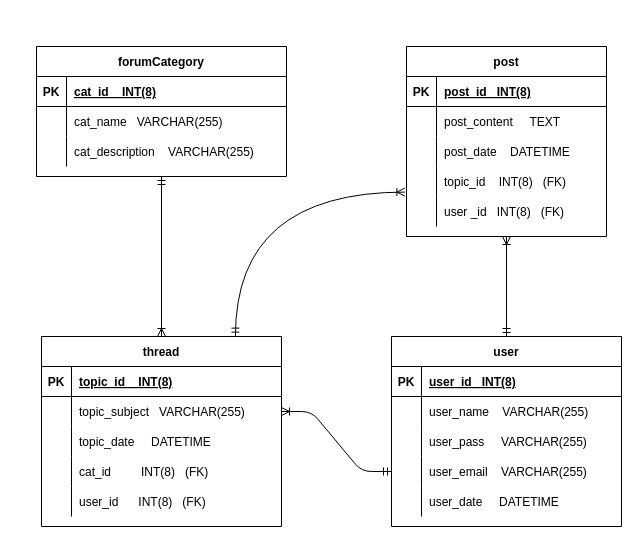
The draw.io diagram RelationalSchema_OnlineForum.drawio in 90rimane/Forum_Simulator, before the edit. Source tidied: cells renumbered, new cells numbered last; positions are measured from the earlier drawing's top-left corner, leaving out a move shared by most shapes. Both pictures are drawn from the tidied source at 100%, with x=0, y=0 at pixel (36, 46).
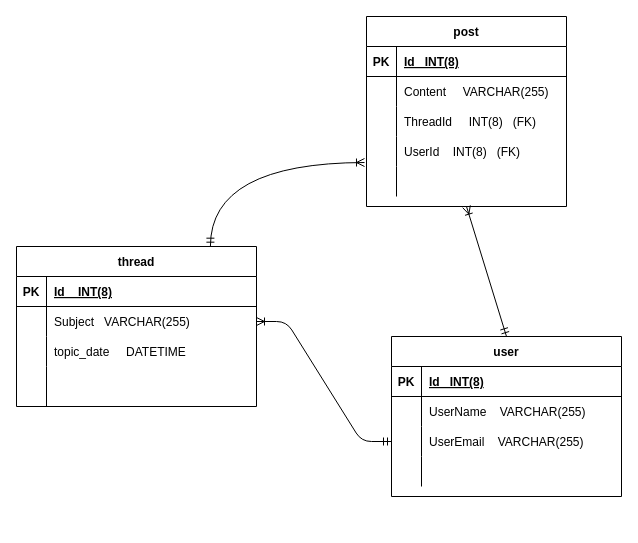
Above is the later version.

Unchanged cells that the change refers to:
```xml
<mxCell id="13" style="shape=partialRectangle;fillColor=none;top=0;left=0;bottom=1;right=0;" parent="12" vertex="1">
  <mxGeometry y="30" width="230" height="30" as="geometry" />
</mxCell>
<mxCell id="16" style="shape=partialRectangle;fillColor=none;top=0;left=0;bottom=0;right=0;" parent="12" vertex="1">
  <mxGeometry y="60" width="230" height="30" as="geometry" />
</mxCell>
<mxCell id="29" style="shape=partialRectangle;fillColor=none;top=0;left=0;bottom=1;right=0;" parent="28" vertex="1">
  <mxGeometry y="30" width="200" height="30" as="geometry" />
</mxCell>
<mxCell id="38" style="shape=partialRectangle;fillColor=none;top=0;left=0;bottom=0;right=0;points=[[0,0.5],[1,0.5]];portConstraint=eastwest;" parent="28" vertex="1">
  <mxGeometry y="120" width="200" height="30" as="geometry" />
</mxCell>
<mxCell id="41" style="shape=partialRectangle;fillColor=none;top=0;left=0;bottom=0;right=0;" parent="28" vertex="1">
  <mxGeometry y="150" width="200" height="30" as="geometry" />
</mxCell>
<mxCell id="45" style="shape=partialRectangle;fillColor=none;top=0;left=0;bottom=1;right=0;" parent="44" vertex="1">
  <mxGeometry y="30" width="240" height="30" as="geometry" />
</mxCell>
<mxCell id="48" style="shape=partialRectangle;fillColor=none;top=0;left=0;bottom=0;right=0;points=[[0,0.5],[1,0.5]];portConstraint=eastwest;" parent="44" vertex="1">
  <mxGeometry y="60" width="240" height="30" as="geometry" />
</mxCell>
```

The edit, as a diff of the source:
```diff
@@
-    <mxCell id="2" value="forumCategory" style="shape=table;startSize=30;childLayout=tableLayout;rowLines=0;fontStyle=1;align=center;" parent="1" vertex="1">
-      <mxGeometry width="250" height="130" as="geometry" />
-    </mxCell>
-    <mxCell id="3" style="shape=partialRectangle;fillColor=none;top=0;left=0;bottom=1;right=0;" parent="2" vertex="1">
-      <mxGeometry y="30" width="250" height="30" as="geometry" />
-    </mxCell>
-    <mxCell id="4" value="PK" style="shape=partialRectangle;fillColor=none;top=0;left=0;bottom=0;right=0;fontStyle=1;overflow=hidden;" parent="3" vertex="1">
-      <mxGeometry width="30" height="30" as="geometry" />
-    </mxCell>
-    <mxCell id="5" value="cat_id    INT(8)" style="shape=partialRectangle;fillColor=none;top=0;left=0;bottom=0;right=0;align=left;spacingLeft=6;fontStyle=5;overflow=hidden;" parent="3" vertex="1">
-      <mxGeometry x="30" width="220" height="30" as="geometry" />
-    </mxCell>
-    <mxCell id="6" style="shape=partialRectangle;fillColor=none;top=0;left=0;bottom=0;right=0;" parent="2" vertex="1">
-      <mxGeometry y="60" width="250" height="30" as="geometry" />
-    </mxCell>
-    <mxCell id="7" style="shape=partialRectangle;fillColor=none;top=0;left=0;bottom=0;right=0;overflow=hidden;" parent="6" vertex="1">
-      <mxGeometry width="30" height="30" as="geometry" />
-    </mxCell>
-    <mxCell id="8" value="cat_name   VARCHAR(255)" style="shape=partialRectangle;fillColor=none;top=0;left=0;bottom=0;right=0;align=left;spacingLeft=6;overflow=hidden;" parent="6" vertex="1">
-      <mxGeometry x="30" width="220" height="30" as="geometry" />
-    </mxCell>
-    <mxCell id="9" style="shape=partialRectangle;fillColor=none;top=0;left=0;bottom=0;right=0;" parent="2" vertex="1">
-      <mxGeometry y="90" width="250" height="30" as="geometry" />
-    </mxCell>
-    <mxCell id="10" style="shape=partialRectangle;fillColor=none;top=0;left=0;bottom=0;right=0;overflow=hidden;" parent="9" vertex="1">
-      <mxGeometry width="30" height="30" as="geometry" />
-    </mxCell>
-    <mxCell id="11" value="cat_description    VARCHAR(255)" style="shape=partialRectangle;fillColor=none;top=0;left=0;bottom=0;right=0;align=left;spacingLeft=6;overflow=hidden;" parent="9" vertex="1">
-      <mxGeometry x="30" width="220" height="30" as="geometry" />
-    </mxCell>
     <mxCell id="12" value="user" style="shape=table;startSize=30;childLayout=tableLayout;rowLines=0;fontStyle=1;align=center;" parent="1" vertex="1">
-      <mxGeometry x="355" y="290" width="230" height="190" as="geometry" />
+      <mxGeometry x="355" y="290" width="230" height="160" as="geometry" />
     </mxCell>
@@
-    <mxCell id="15" value="user_id   INT(8)" style="shape=partialRectangle;fillColor=none;top=0;left=0;bottom=0;right=0;align=left;spacingLeft=6;fontStyle=5;overflow=hidden;" parent="13" vertex="1">
+    <mxCell id="15" value="Id   INT(8)" style="shape=partialRectangle;fillColor=none;top=0;left=0;bottom=0;right=0;align=left;spacingLeft=6;fontStyle=5;overflow=hidden;" parent="13" vertex="1">
       <mxGeometry x="30" width="200" height="30" as="geometry" />
     </mxCell>
@@
-    <mxCell id="18" value="user_name    VARCHAR(255)" style="shape=partialRectangle;fillColor=none;top=0;left=0;bottom=0;right=0;align=left;spacingLeft=6;overflow=hidden;" parent="16" vertex="1">
+    <mxCell id="18" value="UserName    VARCHAR(255)" style="shape=partialRectangle;fillColor=none;top=0;left=0;bottom=0;right=0;align=left;spacingLeft=6;overflow=hidden;" parent="16" vertex="1">
       <mxGeometry x="30" width="200" height="30" as="geometry" />
     </mxCell>
-    <mxCell id="19" style="shape=partialRectangle;fillColor=none;top=0;left=0;bottom=0;right=0;" parent="12" vertex="1">
-      <mxGeometry y="90" width="230" height="30" as="geometry" />
-    </mxCell>
-    <mxCell id="20" style="shape=partialRectangle;fillColor=none;top=0;left=0;bottom=0;right=0;overflow=hidden;" parent="19" vertex="1">
-      <mxGeometry width="30" height="30" as="geometry" />
-    </mxCell>
-    <mxCell id="21" value="user_pass     VARCHAR(255)" style="shape=partialRectangle;fillColor=none;top=0;left=0;bottom=0;right=0;align=left;spacingLeft=6;overflow=hidden;" parent="19" vertex="1">
-      <mxGeometry x="30" width="200" height="30" as="geometry" />
-    </mxCell>
     <mxCell id="22" style="shape=partialRectangle;fillColor=none;top=0;left=0;bottom=0;right=0;points=[[0,0.5],[1,0.5]];portConstraint=eastwest;" parent="12" vertex="1">
-      <mxGeometry y="120" width="230" height="30" as="geometry" />
+      <mxGeometry y="90" width="230" height="30" as="geometry" />
     </mxCell>
@@
-    <mxCell id="24" value="user_email    VARCHAR(255)" style="shape=partialRectangle;fillColor=none;top=0;left=0;bottom=0;right=0;align=left;spacingLeft=6;overflow=hidden;" parent="22" vertex="1">
+    <mxCell id="24" value="UserEmail    VARCHAR(255)" style="shape=partialRectangle;fillColor=none;top=0;left=0;bottom=0;right=0;align=left;spacingLeft=6;overflow=hidden;" parent="22" vertex="1">
       <mxGeometry x="30" width="200" height="30" as="geometry" />
     </mxCell>
     <mxCell id="25" style="shape=partialRectangle;fillColor=none;top=0;left=0;bottom=0;right=0;" parent="12" vertex="1">
-      <mxGeometry y="150" width="230" height="30" as="geometry" />
+      <mxGeometry y="120" width="230" height="30" as="geometry" />
     </mxCell>
@@
-    <mxCell id="27" value="user_date     DATETIME" style="shape=partialRectangle;fillColor=none;top=0;left=0;bottom=0;right=0;align=left;spacingLeft=6;overflow=hidden;" parent="25" vertex="1">
+    <mxCell id="27" style="shape=partialRectangle;fillColor=none;top=0;left=0;bottom=0;right=0;align=left;spacingLeft=6;overflow=hidden;" parent="25" vertex="1">
       <mxGeometry x="30" width="200" height="30" as="geometry" />
     </mxCell>
     <mxCell id="28" value="post" style="shape=table;startSize=30;childLayout=tableLayout;rowLines=0;fontStyle=1;align=center;" parent="1" vertex="1">
-      <mxGeometry x="370" width="200" height="190" as="geometry" />
+      <mxGeometry x="330" y="-30" width="200" height="190" as="geometry" />
     </mxCell>
@@
-    <mxCell id="31" value="post_id   INT(8)" style="shape=partialRectangle;fillColor=none;top=0;left=0;bottom=0;right=0;align=left;spacingLeft=6;fontStyle=5;overflow=hidden;" parent="29" vertex="1">
+    <mxCell id="31" value="Id   INT(8)" style="shape=partialRectangle;fillColor=none;top=0;left=0;bottom=0;right=0;align=left;spacingLeft=6;fontStyle=5;overflow=hidden;" parent="29" vertex="1">
       <mxGeometry x="30" width="170" height="30" as="geometry" />
     </mxCell>
+    <mxCell id="35" style="shape=partialRectangle;fillColor=none;top=0;left=0;bottom=0;right=0;" parent="28" vertex="1">
+      <mxGeometry y="60" width="200" height="30" as="geometry" />
+    </mxCell>
+    <mxCell id="36" style="shape=partialRectangle;fillColor=none;top=0;left=0;bottom=0;right=0;overflow=hidden;" parent="35" vertex="1">
+      <mxGeometry width="30" height="30" as="geometry" />
+    </mxCell>
+    <mxCell id="37" value="Content     VARCHAR(255)" style="shape=partialRectangle;fillColor=none;top=0;left=0;bottom=0;right=0;align=left;spacingLeft=6;overflow=hidden;" parent="35" vertex="1">
+      <mxGeometry x="30" width="170" height="30" as="geometry" />
+    </mxCell>
     <mxCell id="32" style="shape=partialRectangle;fillColor=none;top=0;left=0;bottom=0;right=0;" parent="28" vertex="1">
-      <mxGeometry y="60" width="200" height="30" as="geometry" />
+      <mxGeometry y="90" width="200" height="30" as="geometry" />
     </mxCell>
@@
-    <mxCell id="34" value="post_content     TEXT" style="shape=partialRectangle;fillColor=none;top=0;left=0;bottom=0;right=0;align=left;spacingLeft=6;overflow=hidden;" parent="32" vertex="1">
+    <mxCell id="34" value="ThreadId     INT(8)   (FK)" style="shape=partialRectangle;fillColor=none;top=0;left=0;bottom=0;right=0;align=left;spacingLeft=6;overflow=hidden;" parent="32" vertex="1">
       <mxGeometry x="30" width="170" height="30" as="geometry" />
     </mxCell>
-    <mxCell id="35" style="shape=partialRectangle;fillColor=none;top=0;left=0;bottom=0;right=0;" parent="28" vertex="1">
-      <mxGeometry y="90" width="200" height="30" as="geometry" />
-    </mxCell>
-    <mxCell id="36" style="shape=partialRectangle;fillColor=none;top=0;left=0;bottom=0;right=0;overflow=hidden;" parent="35" vertex="1">
-      <mxGeometry width="30" height="30" as="geometry" />
-    </mxCell>
-    <mxCell id="37" value="post_date    DATETIME" style="shape=partialRectangle;fillColor=none;top=0;left=0;bottom=0;right=0;align=left;spacingLeft=6;overflow=hidden;" parent="35" vertex="1">
-      <mxGeometry x="30" width="170" height="30" as="geometry" />
-    </mxCell>
@@
-    <mxCell id="40" value="topic_id    INT(8)   (FK)" style="shape=partialRectangle;fillColor=none;top=0;left=0;bottom=0;right=0;align=left;spacingLeft=6;overflow=hidden;" parent="38" vertex="1">
+    <mxCell id="40" value="UserId    INT(8)   (FK)" style="shape=partialRectangle;fillColor=none;top=0;left=0;bottom=0;right=0;align=left;spacingLeft=6;overflow=hidden;" parent="38" vertex="1">
       <mxGeometry x="30" width="170" height="30" as="geometry" />
     </mxCell>
@@
-    <mxCell id="43" value="user _id   INT(8)   (FK)" style="shape=partialRectangle;fillColor=none;top=0;left=0;bottom=0;right=0;align=left;spacingLeft=6;overflow=hidden;" parent="41" vertex="1">
+    <mxCell id="43" style="shape=partialRectangle;fillColor=none;top=0;left=0;bottom=0;right=0;align=left;spacingLeft=6;overflow=hidden;" parent="41" vertex="1">
       <mxGeometry x="30" width="170" height="30" as="geometry" />
     </mxCell>
     <mxCell id="44" value="thread" style="shape=table;startSize=30;childLayout=tableLayout;rowLines=0;fontStyle=1;align=center;" parent="1" vertex="1">
-      <mxGeometry x="5" y="290" width="240" height="190" as="geometry" />
+      <mxGeometry x="-20" y="200" width="240" height="160" as="geometry" />
     </mxCell>
@@
-    <mxCell id="47" value="topic_id    INT(8)" style="shape=partialRectangle;fillColor=none;top=0;left=0;bottom=0;right=0;align=left;spacingLeft=6;fontStyle=5;overflow=hidden;" parent="45" vertex="1">
+    <mxCell id="47" value="Id    INT(8)" style="shape=partialRectangle;fillColor=none;top=0;left=0;bottom=0;right=0;align=left;spacingLeft=6;fontStyle=5;overflow=hidden;" parent="45" vertex="1">
       <mxGeometry x="30" width="210" height="30" as="geometry" />
     </mxCell>
@@
-    <mxCell id="50" value="topic_subject   VARCHAR(255)" style="shape=partialRectangle;fillColor=none;top=0;left=0;bottom=0;right=0;align=left;spacingLeft=6;overflow=hidden;" parent="48" vertex="1">
+    <mxCell id="50" value="Subject   VARCHAR(255)" style="shape=partialRectangle;fillColor=none;top=0;left=0;bottom=0;right=0;align=left;spacingLeft=6;overflow=hidden;" parent="48" vertex="1">
       <mxGeometry x="30" width="210" height="30" as="geometry" />
     </mxCell>
@@
     <mxCell id="54" style="shape=partialRectangle;fillColor=none;top=0;left=0;bottom=0;right=0;" parent="44" vertex="1">
-      <mxGeometry y="120" width="240" height="30" as="geometry" />
+      <mxGeometry y="120" width="240" height="40" as="geometry" />
     </mxCell>
     <mxCell id="55" style="shape=partialRectangle;fillColor=none;top=0;left=0;bottom=0;right=0;overflow=hidden;" parent="54" vertex="1">
-      <mxGeometry width="30" height="30" as="geometry" />
+      <mxGeometry width="30" height="40" as="geometry" />
     </mxCell>
-    <mxCell id="56" value="cat_id         INT(8)   (FK)" style="shape=partialRectangle;fillColor=none;top=0;left=0;bottom=0;right=0;align=left;spacingLeft=6;overflow=hidden;" parent="54" vertex="1">
-      <mxGeometry x="30" width="210" height="30" as="geometry" />
+    <mxCell id="56" style="shape=partialRectangle;fillColor=none;top=0;left=0;bottom=0;right=0;align=left;spacingLeft=6;overflow=hidden;" parent="54" vertex="1">
+      <mxGeometry x="30" width="210" height="40" as="geometry" />
     </mxCell>
-    <mxCell id="57" style="shape=partialRectangle;fillColor=none;top=0;left=0;bottom=0;right=0;" parent="44" vertex="1">
-      <mxGeometry y="150" width="240" height="30" as="geometry" />
-    </mxCell>
-    <mxCell id="58" style="shape=partialRectangle;fillColor=none;top=0;left=0;bottom=0;right=0;overflow=hidden;" parent="57" vertex="1">
-      <mxGeometry width="30" height="30" as="geometry" />
-    </mxCell>
-    <mxCell id="59" value="user_id      INT(8)   (FK)" style="shape=partialRectangle;fillColor=none;top=0;left=0;bottom=0;right=0;align=left;spacingLeft=6;overflow=hidden;" parent="57" vertex="1">
-      <mxGeometry x="30" width="210" height="30" as="geometry" />
-    </mxCell>
@@
-    <mxCell id="62" style="fontSize=12;html=1;endArrow=ERoneToMany;startArrow=ERmandOne;entryX=0.5;entryY=0;entryDx=0;entryDy=0;endFill=0;exitX=0.5;exitY=1;exitDx=0;exitDy=0;" parent="1" edge="1" source="2" target="44">
-      <mxGeometry relative="1" as="geometry" />
-    </mxCell>
-    <mxCell id="63" style="edgeStyle=orthogonalEdgeStyle;rounded=0;jettySize=auto;html=1;entryX=0.808;entryY=-0.002;entryDx=0;entryDy=0;entryPerimeter=0;startArrow=ERoneToMany;startFill=0;endArrow=ERmandOne;endFill=0;exitX=-0.008;exitY=0.853;exitDx=0;exitDy=0;exitPerimeter=0;curved=1;" parent="1" edge="1" source="38" target="44">
-      <mxGeometry relative="1" as="geometry" />
+    <mxCell id="63" style="edgeStyle=orthogonalEdgeStyle;rounded=0;jettySize=auto;html=1;entryX=0.808;entryY=-0.002;entryDx=0;entryDy=0;entryPerimeter=0;startArrow=ERoneToMany;startFill=0;endArrow=ERmandOne;endFill=0;curved=1;" parent="1" edge="1" target="44">
+      <mxGeometry relative="1" as="geometry">
+        <mxPoint x="328" y="116" as="sourcePoint" />
+      </mxGeometry>
     </mxCell>
```
